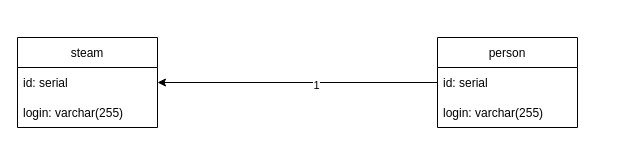
The draw.io diagram data/steam_person.drawio in calvinhobbeson-java/job4j_design, before the edit. Source tidied: cells renumbered, new cells numbered last; positions are measured from the earlier drawing's top-left corner, leaving out a move shared by most shapes. Both pictures are drawn from the tidied source at 100%, with x=0, y=0 at pixel (17, 37).
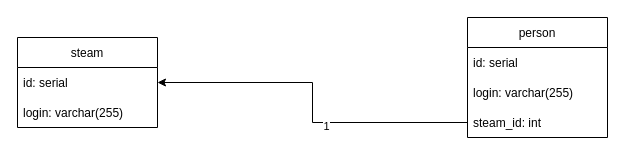
Above is the later version.

Commit message (it also covers changes not shown here):
0.1. Связи между таблицами [#373615 #271605]

What changed in the source:
```diff
@@
 <mxGraphModel>
   <root>
     <mxCell id="0" />
     <mxCell id="1" parent="0" />
     <mxCell id="2" value="steam" style="swimlane;fontStyle=0;horizontal=1;startSize=30;" parent="1" vertex="1">
       <mxGeometry width="140" height="90" as="geometry" />
     </mxCell>
     <mxCell id="3" value="id: serial" style="text;strokeColor=none;fillColor=none;align=left;verticalAlign=middle;spacingLeft=4;spacingRight=4;overflow=hidden;points=[[0,0.5],[1,0.5]];portConstraint=eastwest;" parent="2" vertex="1">
       <mxGeometry y="30" width="140" height="30" as="geometry" />
     </mxCell>
     <mxCell id="4" value="login: varchar(255)" style="text;strokeColor=none;fillColor=none;align=left;verticalAlign=middle;spacingLeft=4;spacingRight=4;overflow=hidden;" parent="2" vertex="1">
       <mxGeometry y="60" width="140" height="30" as="geometry" />
     </mxCell>
-    <mxCell id="5" style="edgeStyle=orthogonalEdgeStyle;rounded=0;jettySize=auto;html=1;entryX=1;entryY=0.5;entryDx=0;entryDy=0;" parent="1" edge="1" source="7" target="3">
-      <mxGeometry relative="1" as="geometry" />
-    </mxCell>
+    <mxCell id="10" style="edgeStyle=orthogonalEdgeStyle;rounded=0;jettySize=auto;html=1;entryX=1;entryY=0.5;entryDx=0;entryDy=0;exitX=0;exitY=0.5;exitDx=0;exitDy=0;" parent="1" edge="1" source="11" target="3">
+      <mxGeometry relative="1" as="geometry" />
+    </mxCell>
-    <mxCell id="6" value="1" style="edgeLabel;html=1;align=center;verticalAlign=middle;" parent="5" vertex="1">
-      <mxGeometry x="-0.13" y="2" relative="1" as="geometry" />
+    <mxCell id="6" value="1" style="edgeLabel;html=1;align=center;verticalAlign=middle;" parent="10" vertex="1">
+      <mxGeometry x="-0.19" y="3" relative="1" as="geometry" />
     </mxCell>
     <mxCell id="7" value="person" style="swimlane;fontStyle=0;horizontal=1;startSize=30;" parent="1" vertex="1">
-      <mxGeometry x="420" width="140" height="90" as="geometry" />
+      <mxGeometry x="450" y="-20" width="140" height="120" as="geometry" />
     </mxCell>
     <mxCell id="8" value="id: serial" style="text;strokeColor=none;fillColor=none;align=left;verticalAlign=middle;spacingLeft=4;spacingRight=4;overflow=hidden;" parent="7" vertex="1">
       <mxGeometry y="30" width="140" height="30" as="geometry" />
     </mxCell>
     <mxCell id="9" value="login: varchar(255)" style="text;strokeColor=none;fillColor=none;align=left;verticalAlign=middle;spacingLeft=4;spacingRight=4;overflow=hidden;" parent="7" vertex="1">
       <mxGeometry y="60" width="140" height="30" as="geometry" />
     </mxCell>
+    <mxCell id="11" value="steam_id: int" style="text;strokeColor=none;fillColor=none;align=left;verticalAlign=middle;spacingLeft=4;spacingRight=4;overflow=hidden;points=[[0,0.5],[1,0.5]];portConstraint=eastwest;" parent="7" vertex="1">
+      <mxGeometry y="90" width="140" height="30" as="geometry" />
+    </mxCell>
   </root>
 </mxGraphModel>
```
